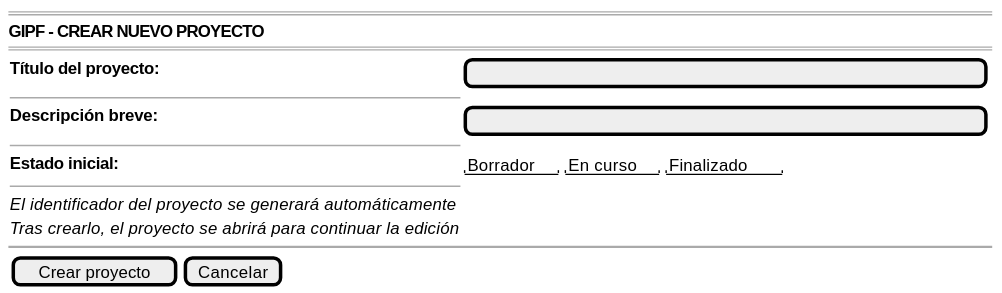
Before: documents/casosDeUso/detalle/coordinador/02-gestion-proyectos/crearProyecto/prototipo/crearProyecto-wireframe.svg, a diagram exported from PlantUML (31Diego/25-26-IdSw1-SdR).
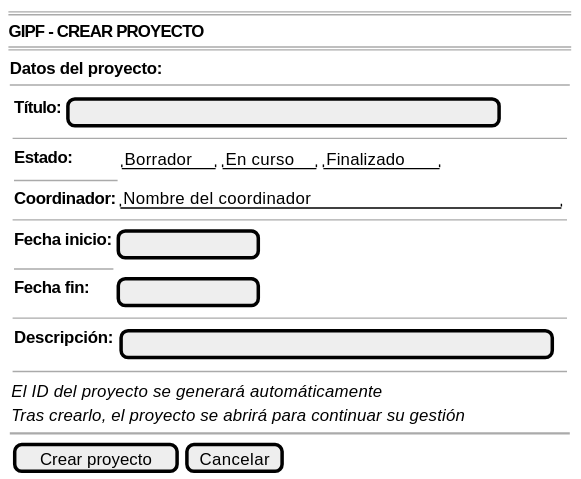
After the commit.

What changed in the source:
```diff
@@ -1,21 +1,34 @@
 @startsalt crearProyecto-wireframe
 {
     ====
-    <b>GIPF - CREAR NUEVO PROYECTO</b>
+    <b>GIPF - CREAR PROYECTO</b>
     ====
     {
-        <b>Título del proyecto:</b> | [                                              ]
+        <b>Datos del proyecto:</b>
         --
-        <b>Descripción breve:</b> | [                                              ]
-        --
-        <b>Estado inicial:</b> | { "Borrador" | "En curso" | "Finalizado" }
-        --
-        <i>El identificador del proyecto se generará automáticamente</i>
-        <i>Tras crearlo, el proyecto se abrirá para continuar la edición</i>
+        {
+            {
+            {<b>Título:</b> | [                                      ]}
+            --
+            {<b>Estado:</b> | { "Borrador" | "En curso" | "Finalizado" }
+            --
+            <b>Coordinador:</b> | "Nombre del coordinador                 "}
+            --
+            {<b>Fecha inicio:</b> | [            ]
+            --
+            <b>Fecha fin:</b> | [            ]}
+            --
+            {<b>Descripción:</b> |
+                {[                                      ]}}
+                --
+            }
+            <i>El ID del proyecto se generará automáticamente</i>
+            <i>Tras crearlo, el proyecto se abrirá para continuar su gestión</i>
+        }
+
+        ~~
+
+        {[Crear proyecto] | [Cancelar]}
     }
-
-    ~~
-
-    {[Crear proyecto] | [Cancelar]}
 }
 @endsalt
```
